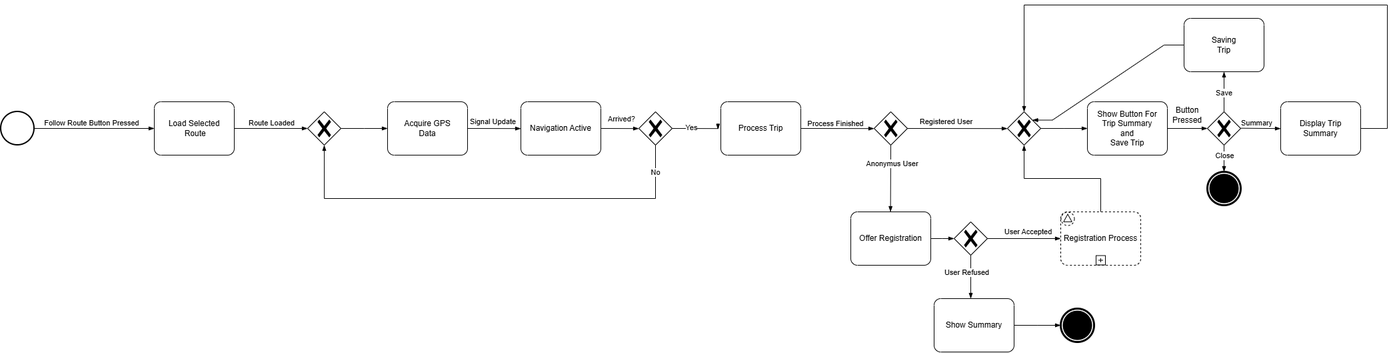
Before: RASD/LaTeXCode/images/Navigation.drawio.png, a diagram exported from draw.io (jacopobellosi/Bellosi-Montanelli-Tempobono). Source tidied: cells renumbered, new cells last; positions are measured from the earlier drawing's top-left corner, leaving out a move shared by most shapes.
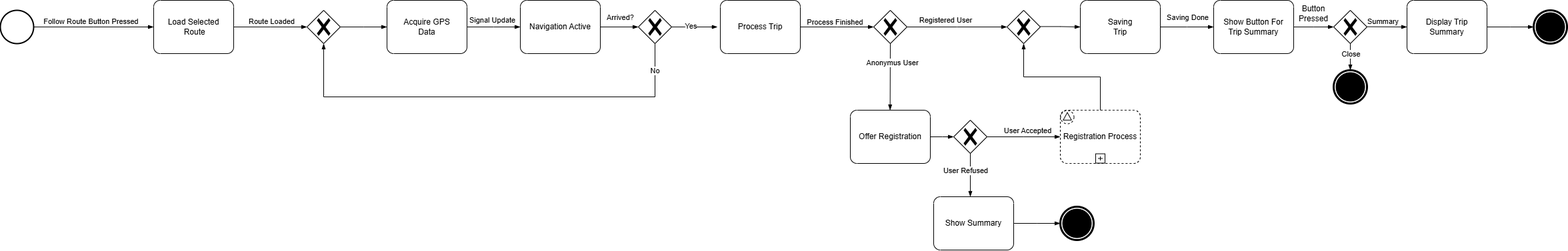
Later version of the same file.

What changed in the source:
```diff
@@ -60,8 +60,8 @@
         <mxPoint x="3" y="-3" as="offset" />
       </mxGeometry>
     </mxCell>
-    <mxCell id="18" value="Show Button For&lt;div&gt;Trip&amp;nbsp;&lt;span style=&quot;background-color: transparent; color: light-dark(rgb(0, 0, 0), rgb(255, 255, 255));&quot;&gt;Summary&lt;/span&gt;&lt;/div&gt;&lt;div&gt;&lt;span style=&quot;background-color: transparent; color: light-dark(rgb(0, 0, 0), rgb(255, 255, 255));&quot;&gt;and&lt;/span&gt;&lt;/div&gt;&lt;div&gt;&lt;span style=&quot;background-color: transparent; color: light-dark(rgb(0, 0, 0), rgb(255, 255, 255));&quot;&gt;Save Trip&lt;/span&gt;&lt;/div&gt;" style="points=[[0.25,0,0],[0.5,0,0],[0.75,0,0],[1,0.25,0],[1,0.5,0],[1,0.75,0],[0.75,1,0],[0.5,1,0],[0.25,1,0],[0,0.75,0],[0,0.5,0],[0,0.25,0]];shape=mxgraph.bpmn.task2;whiteSpace=wrap;rectStyle=rounded;size=10;html=1;taskMarker=abstract;" parent="1" vertex="1">
-      <mxGeometry x="1630" y="145" width="120" height="80" as="geometry" />
+    <mxCell id="18" value="Show Button For&lt;div&gt;Trip&amp;nbsp;&lt;span style=&quot;background-color: transparent; color: light-dark(rgb(0, 0, 0), rgb(255, 255, 255));&quot;&gt;Summary&lt;/span&gt;&lt;/div&gt;" style="points=[[0.25,0,0],[0.5,0,0],[0.75,0,0],[1,0.25,0],[1,0.5,0],[1,0.75,0],[0.75,1,0],[0.5,1,0],[0.25,1,0],[0,0.75,0],[0,0.5,0],[0,0.25,0]];shape=mxgraph.bpmn.task2;whiteSpace=wrap;rectStyle=rounded;size=10;html=1;taskMarker=abstract;" parent="1" vertex="1">
+      <mxGeometry x="1820" y="145" width="120" height="80" as="geometry" />
     </mxCell>
     <mxCell id="19" style="points=[[0.25,0.25,0],[0.5,0,0],[0.75,0.25,0],[1,0.5,0],[0.75,0.75,0],[0.5,1,0],[0.25,0.75,0],[0,0.5,0]];shape=mxgraph.bpmn.gateway2;html=1;verticalLabelPosition=bottom;labelBackgroundColor=#ffffff;verticalAlign=top;align=center;perimeter=rhombusPerimeter;outlineConnect=0;outline=none;symbol=none;gwType=exclusive;" parent="1" vertex="1">
       <mxGeometry x="1310" y="160" width="50" height="50" as="geometry" />
@@ -78,14 +78,14 @@
       <mxGeometry relative="1" as="geometry" />
     </mxCell>
     <mxCell id="23" style="points=[[0.25,0.25,0],[0.5,0,0],[0.75,0.25,0],[1,0.5,0],[0.75,0.75,0],[0.5,1,0],[0.25,0.75,0],[0,0.5,0]];shape=mxgraph.bpmn.gateway2;html=1;verticalLabelPosition=bottom;labelBackgroundColor=#ffffff;verticalAlign=top;align=center;perimeter=rhombusPerimeter;outlineConnect=0;outline=none;symbol=none;gwType=exclusive;" parent="1" vertex="1">
-      <mxGeometry x="1810" y="160" width="50" height="50" as="geometry" />
+      <mxGeometry x="2000" y="160" width="50" height="50" as="geometry" />
     </mxCell>
     <mxCell id="24" value="Button Pressed" style="text;html=1;whiteSpace=wrap;strokeColor=none;fillColor=none;align=center;verticalAlign=middle;rounded=0;" parent="1" vertex="1">
-      <mxGeometry x="1750" y="150" width="60" height="30" as="geometry" />
+      <mxGeometry x="1940" y="150" width="60" height="30" as="geometry" />
     </mxCell>
     <mxCell id="25" style="edgeStyle=elbowEdgeStyle;fontSize=12;html=1;endArrow=blockThin;endFill=1;rounded=0;elbow=vertical;entryX=0;entryY=0.5;entryDx=0;entryDy=0;entryPerimeter=0;" parent="1" edge="1" target="30">
       <mxGeometry relative="1" as="geometry">
-        <mxPoint x="1860" y="184.7" as="sourcePoint" />
+        <mxPoint x="2050" y="184.7" as="sourcePoint" />
       </mxGeometry>
     </mxCell>
     <mxCell id="26" value="Summary" style="edgeLabel;html=1;align=center;verticalAlign=middle;" parent="25" vertex="1">
@@ -102,20 +102,11 @@
       </mxGeometry>
     </mxCell>
     <mxCell id="29" style="points=[[0.145,0.145,0],[0.5,0,0],[0.855,0.145,0],[1,0.5,0],[0.855,0.855,0],[0.5,1,0],[0.145,0.855,0],[0,0.5,0]];shape=mxgraph.bpmn.event;html=1;verticalLabelPosition=bottom;labelBackgroundColor=#ffffff;verticalAlign=top;align=center;perimeter=ellipsePerimeter;outlineConnect=0;outline=end;symbol=terminate;" parent="1" vertex="1">
-      <mxGeometry x="1810" y="250" width="50" height="50" as="geometry" />
+      <mxGeometry x="2000" y="250" width="50" height="50" as="geometry" />
     </mxCell>
     <mxCell id="30" value="Display Trip&lt;div&gt;Summary&lt;/div&gt;" style="points=[[0.25,0,0],[0.5,0,0],[0.75,0,0],[1,0.25,0],[1,0.5,0],[1,0.75,0],[0.75,1,0],[0.5,1,0],[0.25,1,0],[0,0.75,0],[0,0.5,0],[0,0.25,0]];shape=mxgraph.bpmn.task2;whiteSpace=wrap;rectStyle=rounded;size=10;html=1;taskMarker=abstract;" parent="1" vertex="1">
-      <mxGeometry x="1920" y="145" width="120" height="80" as="geometry" />
+      <mxGeometry x="2110" y="145" width="120" height="80" as="geometry" />
     </mxCell>
-    <mxCell id="31" style="edgeStyle=orthogonalEdgeStyle;fontSize=12;html=1;endArrow=blockThin;endFill=1;rounded=0;exitX=1;exitY=0.5;exitDx=0;exitDy=0;exitPerimeter=0;entryX=0.5;entryY=0;entryDx=0;entryDy=0;entryPerimeter=0;" parent="1" edge="1" source="30" target="41">
-      <mxGeometry relative="1" as="geometry">
-        <Array as="points">
-          <mxPoint x="2080" y="185" />
-          <mxPoint x="2080" />
-          <mxPoint x="1535" />
-        </Array>
-      </mxGeometry>
-    </mxCell>
     <mxCell id="32" style="edgeStyle=elbowEdgeStyle;fontSize=12;html=1;endArrow=blockThin;endFill=1;rounded=0;exitX=0.5;exitY=1;exitDx=0;exitDy=0;exitPerimeter=0;" parent="1" edge="1" source="19" target="34">
       <mxGeometry relative="1" as="geometry" />
     </mxCell>
@@ -154,9 +145,6 @@
     <mxCell id="41" style="points=[[0.25,0.25,0],[0.5,0,0],[0.75,0.25,0],[1,0.5,0],[0.75,0.75,0],[0.5,1,0],[0.25,0.75,0],[0,0.5,0]];shape=mxgraph.bpmn.gateway2;html=1;verticalLabelPosition=bottom;labelBackgroundColor=#ffffff;verticalAlign=top;align=center;perimeter=rhombusPerimeter;outlineConnect=0;outline=none;symbol=none;gwType=exclusive;" parent="1" vertex="1">
       <mxGeometry x="1510" y="160" width="50" height="50" as="geometry" />
     </mxCell>
-    <mxCell id="42" style="edgeStyle=elbowEdgeStyle;fontSize=12;html=1;endArrow=blockThin;endFill=1;rounded=0;exitX=1;exitY=0.5;exitDx=0;exitDy=0;exitPerimeter=0;entryX=0;entryY=0.5;entryDx=0;entryDy=0;entryPerimeter=0;" parent="1" edge="1" source="41" target="18">
-      <mxGeometry relative="1" as="geometry" />
-    </mxCell>
     <mxCell id="43" style="edgeStyle=elbowEdgeStyle;fontSize=12;html=1;endArrow=blockThin;endFill=1;rounded=0;exitX=1;exitY=0.5;exitDx=0;exitDy=0;exitPerimeter=0;entryX=0;entryY=0.5;entryDx=0;entryDy=0;entryPerimeter=0;" parent="1" edge="1" source="35" target="45">
       <mxGeometry relative="1" as="geometry" />
     </mxCell>
@@ -203,16 +191,26 @@
       <mxGeometry relative="1" as="geometry" />
     </mxCell>
     <mxCell id="55" value="Saving&lt;div&gt;Trip&lt;/div&gt;" style="points=[[0.25,0,0],[0.5,0,0],[0.75,0,0],[1,0.25,0],[1,0.5,0],[1,0.75,0],[0.75,1,0],[0.5,1,0],[0.25,1,0],[0,0.75,0],[0,0.5,0],[0,0.25,0]];shape=mxgraph.bpmn.task2;whiteSpace=wrap;rectStyle=rounded;size=10;html=1;taskMarker=abstract;" parent="1" vertex="1">
-      <mxGeometry x="1775" y="20" width="120" height="80" as="geometry" />
+      <mxGeometry x="1620" y="145" width="120" height="80" as="geometry" />
     </mxCell>
-    <mxCell id="56" style="edgeStyle=elbowEdgeStyle;fontSize=12;html=1;endArrow=blockThin;endFill=1;rounded=0;exitX=0.5;exitY=0;exitDx=0;exitDy=0;exitPerimeter=0;entryX=0.5;entryY=1;entryDx=0;entryDy=0;entryPerimeter=0;elbow=vertical;" parent="1" edge="1" source="23" target="55">
-      <mxGeometry relative="1" as="geometry" />
-    </mxCell>
-    <mxCell id="57" value="Save" style="edgeLabel;html=1;align=center;verticalAlign=middle;" parent="56" vertex="1">
-      <mxGeometry x="-0.07" y="1" relative="1" as="geometry" />
-    </mxCell>
-    <mxCell id="58" style="edgeStyle=entityRelationEdgeStyle;fontSize=12;html=1;endArrow=blockThin;endFill=1;rounded=0;exitX=0;exitY=0.5;exitDx=0;exitDy=0;exitPerimeter=0;entryX=0.75;entryY=0.25;entryDx=0;entryDy=0;entryPerimeter=0;" parent="1" edge="1" source="55" target="41">
-      <mxGeometry relative="1" as="geometry" />
-    </mxCell>
+    <mxCell id="59" style="edgeStyle=elbowEdgeStyle;fontSize=12;html=1;endArrow=blockThin;endFill=1;rounded=0;entryX=0;entryY=0.5;entryDx=0;entryDy=0;entryPerimeter=0;" parent="1" edge="1" target="55">
+      <mxGeometry relative="1" as="geometry">
+        <mxPoint x="1560" y="184.4" as="sourcePoint" />
+      </mxGeometry>
+    </mxCell>
+    <mxCell id="60" style="edgeStyle=elbowEdgeStyle;fontSize=12;html=1;endArrow=blockThin;endFill=1;rounded=0;exitX=1;exitY=0.5;exitDx=0;exitDy=0;exitPerimeter=0;entryX=0;entryY=0.5;entryDx=0;entryDy=0;entryPerimeter=0;elbow=vertical;" parent="1" edge="1" source="55" target="18">
+      <mxGeometry relative="1" as="geometry" />
+    </mxCell>
+    <mxCell id="61" value="Saving Done" style="edgeLabel;html=1;align=center;verticalAlign=middle;" parent="60" vertex="1">
+      <mxGeometry x="0.28" y="-2" relative="1" as="geometry">
+        <mxPoint x="-12" y="-17" as="offset" />
+      </mxGeometry>
+    </mxCell>
+    <mxCell id="62" style="points=[[0.145,0.145,0],[0.5,0,0],[0.855,0.145,0],[1,0.5,0],[0.855,0.855,0],[0.5,1,0],[0.145,0.855,0],[0,0.5,0]];shape=mxgraph.bpmn.event;html=1;verticalLabelPosition=bottom;labelBackgroundColor=#ffffff;verticalAlign=top;align=center;perimeter=ellipsePerimeter;outlineConnect=0;outline=end;symbol=terminate;" parent="1" vertex="1">
+      <mxGeometry x="2300" y="160" width="50" height="50" as="geometry" />
+    </mxCell>
+    <mxCell id="63" style="edgeStyle=elbowEdgeStyle;fontSize=12;html=1;endArrow=blockThin;endFill=1;rounded=0;exitX=1;exitY=0.5;exitDx=0;exitDy=0;exitPerimeter=0;entryX=0;entryY=0.5;entryDx=0;entryDy=0;entryPerimeter=0;" parent="1" edge="1" source="30" target="62">
+      <mxGeometry relative="1" as="geometry" />
+    </mxCell>
   </root>
 </mxGraphModel>
```
